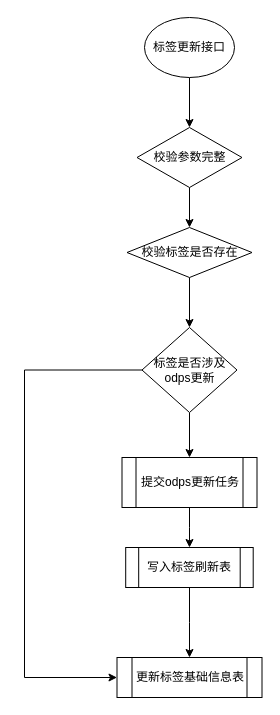
Before: 标签更新接口流程图.drawio in 1418956397/JavaWeb-Project-Source-Share, a draw.io diagram. Source tidied: cells renumbered, new cells numbered last; positions are measured from the earlier drawing's top-left corner, leaving out a move shared by most shapes. Both pictures are drawn from the tidied source at 100%, with x=0, y=0 at pixel (24, 17).
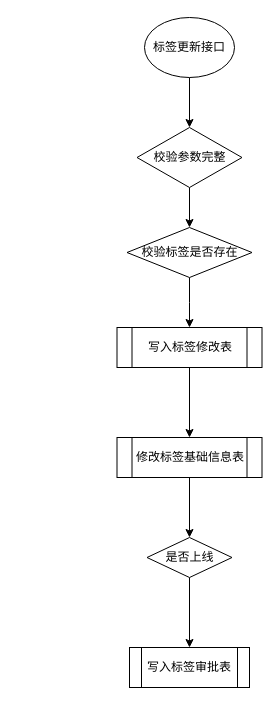
The same page after the edit.

Commit message (it also covers changes not shown here):
更新标签更新接口流程图.drawio

The edit, as a diff of the source:
```diff
@@
 <mxGraphModel>
   <root>
     <mxCell id="0" />
     <mxCell id="1" parent="0" />
     <mxCell id="2" style="edgeStyle=orthogonalEdgeStyle;rounded=0;jettySize=auto;html=1;" parent="1" edge="1" source="3" target="5">
       <mxGeometry relative="1" as="geometry" />
     </mxCell>
     <mxCell id="3" value="标签更新接口" style="ellipse;whiteSpace=wrap;html=1;" parent="1" vertex="1">
       <mxGeometry x="120" width="90" height="60" as="geometry" />
     </mxCell>
     <mxCell id="4" style="edgeStyle=orthogonalEdgeStyle;rounded=0;jettySize=auto;html=1;" parent="1" edge="1" source="5" target="7">
       <mxGeometry relative="1" as="geometry" />
     </mxCell>
     <mxCell id="5" value="校验参数完整" style="rhombus;whiteSpace=wrap;html=1;" parent="1" vertex="1">
       <mxGeometry x="112.5" y="110" width="105" height="60" as="geometry" />
     </mxCell>
-    <mxCell id="6" style="edgeStyle=orthogonalEdgeStyle;rounded=0;jettySize=auto;html=1;" parent="1" edge="1" source="7" target="10">
-      <mxGeometry relative="1" as="geometry" />
+    <mxCell id="6" style="edgeStyle=orthogonalEdgeStyle;rounded=0;jettySize=auto;html=1;" parent="1" edge="1" source="7">
+      <mxGeometry relative="1" as="geometry">
+        <mxPoint x="165" y="310" as="targetPoint" />
+      </mxGeometry>
     </mxCell>
     <mxCell id="7" value="校验标签是否存在" style="rhombus;whiteSpace=wrap;html=1;" parent="1" vertex="1">
       <mxGeometry x="102.5" y="210" width="125" height="50" as="geometry" />
     </mxCell>
-    <mxCell id="8" style="edgeStyle=orthogonalEdgeStyle;rounded=0;jettySize=auto;html=1;" parent="1" edge="1" source="10" target="12">
-      <mxGeometry relative="1" as="geometry" />
-    </mxCell>
-    <mxCell id="9" style="edgeStyle=orthogonalEdgeStyle;rounded=0;jettySize=auto;html=1;entryX=0;entryY=0.5;entryDx=0;entryDy=0;" parent="1" edge="1" source="10" target="15">
-      <mxGeometry relative="1" as="geometry">
-        <Array as="points">
-          <mxPoint y="353" />
-          <mxPoint y="660" />
-        </Array>
-      </mxGeometry>
-    </mxCell>
-    <mxCell id="10" value="标签是否涉及odps更新" style="rhombus;whiteSpace=wrap;html=1;" parent="1" vertex="1">
-      <mxGeometry x="117.5" y="310" width="95" height="85" as="geometry" />
-    </mxCell>
-    <mxCell id="11" style="edgeStyle=orthogonalEdgeStyle;rounded=0;jettySize=auto;html=1;" parent="1" edge="1" source="12" target="14">
-      <mxGeometry relative="1" as="geometry" />
-    </mxCell>
-    <mxCell id="12" value="提交odps更新任务" style="shape=process;whiteSpace=wrap;html=1;backgroundOutline=1;" parent="1" vertex="1">
-      <mxGeometry x="97.5" y="440" width="135" height="50" as="geometry" />
-    </mxCell>
-    <mxCell id="13" style="edgeStyle=orthogonalEdgeStyle;rounded=0;jettySize=auto;html=1;" parent="1" edge="1" source="14" target="15">
-      <mxGeometry relative="1" as="geometry" />
-    </mxCell>
-    <mxCell id="14" value="写入标签刷新表" style="shape=process;whiteSpace=wrap;html=1;backgroundOutline=1;" parent="1" vertex="1">
-      <mxGeometry x="101.2" y="530" width="127.5" height="40" as="geometry" />
-    </mxCell>
+    <mxCell id="16" style="edgeStyle=orthogonalEdgeStyle;rounded=0;jettySize=auto;html=1;" parent="1" edge="1" source="15" target="21">
+      <mxGeometry relative="1" as="geometry" />
+    </mxCell>
-    <mxCell id="15" value="更新标签基础信息表" style="shape=process;whiteSpace=wrap;html=1;backgroundOutline=1;" parent="1" vertex="1">
-      <mxGeometry x="92.5" y="640" width="145" height="40" as="geometry" />
+    <mxCell id="15" value="写入标签修改表" style="shape=process;whiteSpace=wrap;html=1;backgroundOutline=1;" parent="1" vertex="1">
+      <mxGeometry x="92.5" y="310" width="145" height="40" as="geometry" />
     </mxCell>
+    <mxCell id="17" style="edgeStyle=orthogonalEdgeStyle;rounded=0;jettySize=auto;html=1;" parent="1" edge="1" source="18" target="19">
+      <mxGeometry relative="1" as="geometry" />
+    </mxCell>
+    <mxCell id="18" value="是否上线" style="rhombus;whiteSpace=wrap;html=1;" parent="1" vertex="1">
+      <mxGeometry x="122.5" y="520" width="85" height="40" as="geometry" />
+    </mxCell>
+    <mxCell id="19" value="写入标签审批表" style="shape=process;whiteSpace=wrap;html=1;backgroundOutline=1;" parent="1" vertex="1">
+      <mxGeometry x="105" y="630" width="120" height="40" as="geometry" />
+    </mxCell>
+    <mxCell id="20" style="edgeStyle=orthogonalEdgeStyle;rounded=0;jettySize=auto;html=1;" parent="1" edge="1" source="21" target="18">
+      <mxGeometry relative="1" as="geometry" />
+    </mxCell>
+    <mxCell id="21" value="修改标签基础信息表" style="shape=process;whiteSpace=wrap;html=1;backgroundOutline=1;" parent="1" vertex="1">
+      <mxGeometry x="92.5" y="420" width="145" height="40" as="geometry" />
+    </mxCell>
   </root>
 </mxGraphModel>
```
